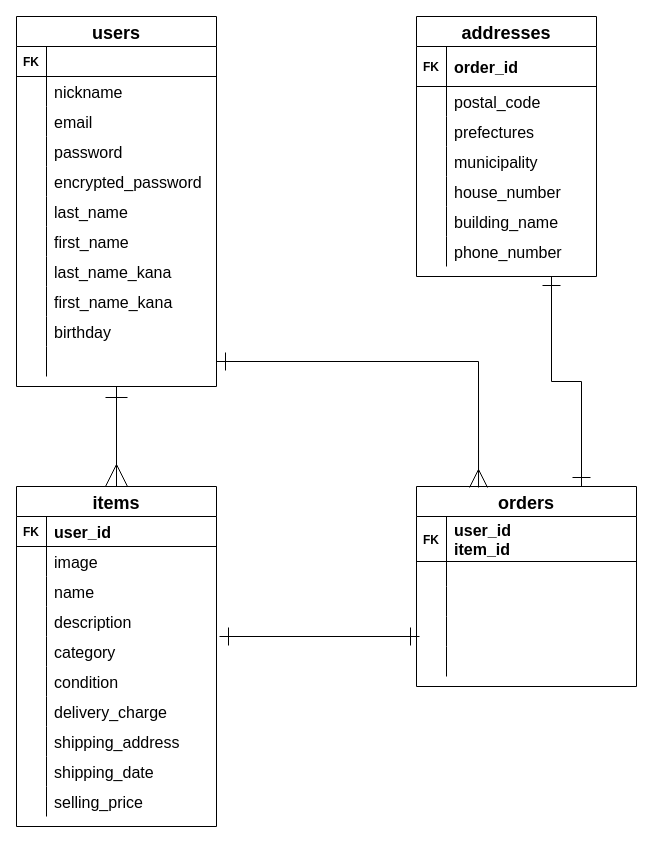
The draw.io diagram ER.dio in yuya-kajiwara0315/furima-34738, before the edit. Source tidied: cells renumbered, new cells numbered last; positions are measured from the earlier drawing's top-left corner, leaving out a move shared by most shapes. Both pictures are drawn from the tidied source at 100%, with x=0, y=0 at pixel (16, 16).
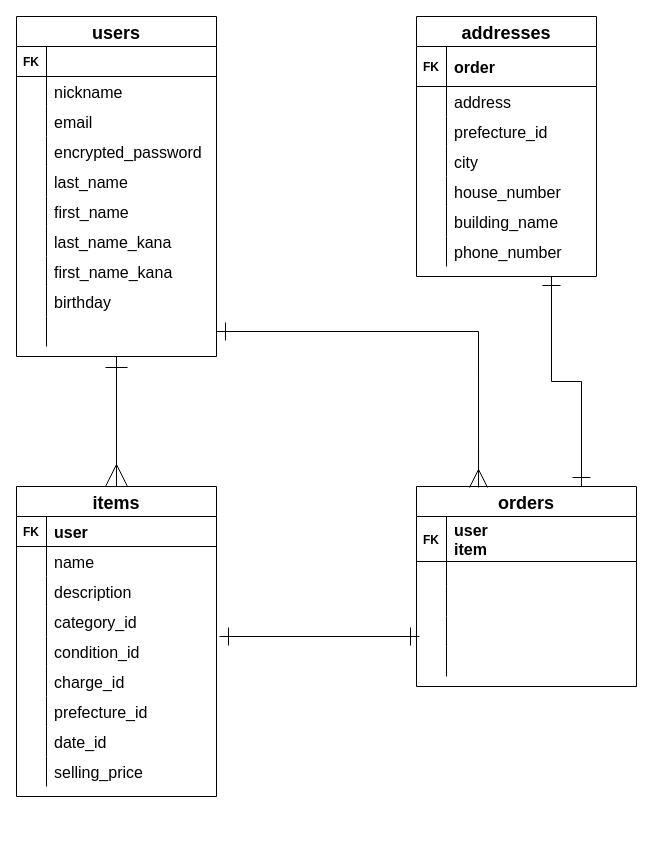
The same page after the edit.

Commit message (it also covers changes not shown here):
外部キーの型をreferencesに変更。

Unchanged cells that the change refers to:
```xml
<mxCell id="38" style="shape=partialRectangle;fillColor=none;top=0;left=0;bottom=1;right=0;fontSize=13;" parent="37" vertex="1">
  <mxGeometry y="30" width="200" height="30" as="geometry" />
</mxCell>
<mxCell id="69" style="shape=partialRectangle;fillColor=none;top=0;left=0;bottom=1;right=0;" parent="68" vertex="1">
  <mxGeometry y="30" width="220" height="45" as="geometry" />
</mxCell>
<mxCell id="86" style="shape=partialRectangle;fillColor=none;top=0;left=0;bottom=1;right=0;" parent="85" vertex="1">
  <mxGeometry y="30" width="180" height="40" as="geometry" />
</mxCell>
<mxCell id="89" style="shape=partialRectangle;fillColor=none;top=0;left=0;bottom=0;right=0;fontSize=16;" parent="85" vertex="1">
  <mxGeometry y="70" width="180" height="30" as="geometry" />
</mxCell>
<mxCell id="92" style="shape=partialRectangle;fillColor=none;top=0;left=0;bottom=0;right=0;" parent="85" vertex="1">
  <mxGeometry y="100" width="180" height="30" as="geometry" />
</mxCell>
<mxCell id="95" style="shape=partialRectangle;fillColor=none;top=0;left=0;bottom=0;right=0;" parent="85" vertex="1">
  <mxGeometry y="130" width="180" height="30" as="geometry" />
</mxCell>
```

Diff of the diagram source:
```diff
@@
     <mxCell id="3" value="users" style="shape=table;startSize=30;childLayout=tableLayout;rowLines=0;fontStyle=1;align=center;fontSize=18;" parent="1" vertex="1">
-      <mxGeometry width="200" height="370" as="geometry" />
+      <mxGeometry width="200" height="340" as="geometry" />
     </mxCell>
@@
-    <mxCell id="13" style="shape=partialRectangle;fillColor=none;top=0;left=0;bottom=0;right=0;" parent="3" vertex="1">
-      <mxGeometry y="120" width="200" height="30" as="geometry" />
-    </mxCell>
-    <mxCell id="14" style="shape=partialRectangle;fillColor=none;top=0;left=0;bottom=0;right=0;overflow=hidden;" parent="13" vertex="1">
-      <mxGeometry width="30" height="30" as="geometry" />
-    </mxCell>
-    <mxCell id="15" value="password" style="shape=partialRectangle;fillColor=none;top=0;left=0;bottom=0;right=0;align=left;spacingLeft=6;overflow=hidden;fontSize=16;" parent="13" vertex="1">
-      <mxGeometry x="30" width="170" height="30" as="geometry" />
-    </mxCell>
     <mxCell id="16" style="shape=partialRectangle;fillColor=none;top=0;left=0;bottom=0;right=0;" parent="3" vertex="1">
-      <mxGeometry y="150" width="200" height="30" as="geometry" />
+      <mxGeometry y="120" width="200" height="30" as="geometry" />
     </mxCell>
@@
     <mxCell id="19" style="shape=partialRectangle;fillColor=none;top=0;left=0;bottom=0;right=0;" parent="3" vertex="1">
-      <mxGeometry y="180" width="200" height="30" as="geometry" />
+      <mxGeometry y="150" width="200" height="30" as="geometry" />
     </mxCell>
@@
     <mxCell id="22" style="shape=partialRectangle;fillColor=none;top=0;left=0;bottom=0;right=0;" parent="3" vertex="1">
-      <mxGeometry y="210" width="200" height="30" as="geometry" />
+      <mxGeometry y="180" width="200" height="30" as="geometry" />
     </mxCell>
@@
     <mxCell id="25" style="shape=partialRectangle;fillColor=none;top=0;left=0;bottom=0;right=0;" parent="3" vertex="1">
-      <mxGeometry y="240" width="200" height="30" as="geometry" />
+      <mxGeometry y="210" width="200" height="30" as="geometry" />
     </mxCell>
@@
     <mxCell id="28" style="shape=partialRectangle;fillColor=none;top=0;left=0;bottom=0;right=0;" parent="3" vertex="1">
-      <mxGeometry y="270" width="200" height="30" as="geometry" />
+      <mxGeometry y="240" width="200" height="30" as="geometry" />
     </mxCell>
@@
     <mxCell id="31" style="shape=partialRectangle;fillColor=none;top=0;left=0;bottom=0;right=0;" parent="3" vertex="1">
-      <mxGeometry y="300" width="200" height="30" as="geometry" />
+      <mxGeometry y="270" width="200" height="30" as="geometry" />
     </mxCell>
@@
     <mxCell id="34" style="shape=partialRectangle;fillColor=none;top=0;left=0;bottom=0;right=0;points=[[0,0.5],[1,0.5]];portConstraint=eastwest;" parent="3" vertex="1">
-      <mxGeometry y="330" width="200" height="30" as="geometry" />
+      <mxGeometry y="300" width="200" height="30" as="geometry" />
     </mxCell>
@@
     <mxCell id="37" value="items" style="shape=table;startSize=30;childLayout=tableLayout;rowLines=0;fontStyle=1;align=center;fontSize=18;" parent="1" vertex="1">
-      <mxGeometry y="470" width="200" height="340" as="geometry" />
+      <mxGeometry y="470" width="200" height="310" as="geometry" />
     </mxCell>
@@
-    <mxCell id="40" value="user_id" style="shape=partialRectangle;fillColor=none;top=0;left=0;bottom=0;right=0;align=left;spacingLeft=6;fontStyle=1;overflow=hidden;fontSize=16;" parent="38" vertex="1">
+    <mxCell id="40" value="user" style="shape=partialRectangle;fillColor=none;top=0;left=0;bottom=0;right=0;align=left;spacingLeft=6;fontStyle=1;overflow=hidden;fontSize=16;" parent="38" vertex="1">
       <mxGeometry x="30" width="170" height="30" as="geometry" />
     </mxCell>
-    <mxCell id="41" style="shape=partialRectangle;fillColor=none;top=0;left=0;bottom=0;right=0;" parent="37" vertex="1">
-      <mxGeometry y="60" width="200" height="30" as="geometry" />
-    </mxCell>
-    <mxCell id="42" style="shape=partialRectangle;fillColor=none;top=0;left=0;bottom=0;right=0;overflow=hidden;" parent="41" vertex="1">
-      <mxGeometry width="30" height="30" as="geometry" />
-    </mxCell>
-    <mxCell id="43" value="image" style="shape=partialRectangle;fillColor=none;top=0;left=0;bottom=0;right=0;align=left;spacingLeft=6;overflow=hidden;fontSize=16;" parent="41" vertex="1">
-      <mxGeometry x="30" width="170" height="30" as="geometry" />
-    </mxCell>
     <mxCell id="44" style="shape=partialRectangle;fillColor=none;top=0;left=0;bottom=0;right=0;" parent="37" vertex="1">
-      <mxGeometry y="90" width="200" height="30" as="geometry" />
+      <mxGeometry y="60" width="200" height="30" as="geometry" />
     </mxCell>
@@
     <mxCell id="47" style="shape=partialRectangle;fillColor=none;top=0;left=0;bottom=0;right=0;" parent="37" vertex="1">
-      <mxGeometry y="120" width="200" height="30" as="geometry" />
+      <mxGeometry y="90" width="200" height="30" as="geometry" />
     </mxCell>
@@
     <mxCell id="50" style="shape=partialRectangle;fillColor=none;top=0;left=0;bottom=0;right=0;" parent="37" vertex="1">
-      <mxGeometry y="150" width="200" height="30" as="geometry" />
+      <mxGeometry y="120" width="200" height="30" as="geometry" />
     </mxCell>
@@
-    <mxCell id="52" value="category" style="shape=partialRectangle;fillColor=none;top=0;left=0;bottom=0;right=0;align=left;spacingLeft=6;overflow=hidden;fontSize=16;" parent="50" vertex="1">
+    <mxCell id="52" value="category_id" style="shape=partialRectangle;fillColor=none;top=0;left=0;bottom=0;right=0;align=left;spacingLeft=6;overflow=hidden;fontSize=16;" parent="50" vertex="1">
       <mxGeometry x="30" width="170" height="30" as="geometry" />
     </mxCell>
     <mxCell id="53" style="shape=partialRectangle;fillColor=none;top=0;left=0;bottom=0;right=0;" parent="37" vertex="1">
-      <mxGeometry y="180" width="200" height="30" as="geometry" />
+      <mxGeometry y="150" width="200" height="30" as="geometry" />
     </mxCell>
@@
-    <mxCell id="55" value="condition" style="shape=partialRectangle;fillColor=none;top=0;left=0;bottom=0;right=0;align=left;spacingLeft=6;overflow=hidden;fontSize=16;" parent="53" vertex="1">
+    <mxCell id="55" value="condition_id" style="shape=partialRectangle;fillColor=none;top=0;left=0;bottom=0;right=0;align=left;spacingLeft=6;overflow=hidden;fontSize=16;" parent="53" vertex="1">
       <mxGeometry x="30" width="170" height="30" as="geometry" />
     </mxCell>
     <mxCell id="56" style="shape=partialRectangle;fillColor=none;top=0;left=0;bottom=0;right=0;" parent="37" vertex="1">
-      <mxGeometry y="210" width="200" height="30" as="geometry" />
+      <mxGeometry y="180" width="200" height="30" as="geometry" />
     </mxCell>
@@
-    <mxCell id="58" value="delivery_charge" style="shape=partialRectangle;fillColor=none;top=0;left=0;bottom=0;right=0;align=left;spacingLeft=6;overflow=hidden;fontSize=16;" parent="56" vertex="1">
+    <mxCell id="58" value="charge_id" style="shape=partialRectangle;fillColor=none;top=0;left=0;bottom=0;right=0;align=left;spacingLeft=6;overflow=hidden;fontSize=16;" parent="56" vertex="1">
       <mxGeometry x="30" width="170" height="30" as="geometry" />
     </mxCell>
     <mxCell id="59" style="shape=partialRectangle;fillColor=none;top=0;left=0;bottom=0;right=0;" parent="37" vertex="1">
-      <mxGeometry y="240" width="200" height="30" as="geometry" />
+      <mxGeometry y="210" width="200" height="30" as="geometry" />
     </mxCell>
@@
-    <mxCell id="61" value="shipping_address" style="shape=partialRectangle;fillColor=none;top=0;left=0;bottom=0;right=0;align=left;spacingLeft=6;overflow=hidden;fontSize=16;" parent="59" vertex="1">
+    <mxCell id="61" value="prefecture_id" style="shape=partialRectangle;fillColor=none;top=0;left=0;bottom=0;right=0;align=left;spacingLeft=6;overflow=hidden;fontSize=16;" parent="59" vertex="1">
       <mxGeometry x="30" width="170" height="30" as="geometry" />
     </mxCell>
     <mxCell id="62" style="shape=partialRectangle;fillColor=none;top=0;left=0;bottom=0;right=0;" parent="37" vertex="1">
-      <mxGeometry y="270" width="200" height="30" as="geometry" />
+      <mxGeometry y="240" width="200" height="30" as="geometry" />
     </mxCell>
@@
-    <mxCell id="64" value="shipping_date" style="shape=partialRectangle;fillColor=none;top=0;left=0;bottom=0;right=0;align=left;spacingLeft=6;overflow=hidden;fontSize=16;" parent="62" vertex="1">
+    <mxCell id="64" value="date_id" style="shape=partialRectangle;fillColor=none;top=0;left=0;bottom=0;right=0;align=left;spacingLeft=6;overflow=hidden;fontSize=16;" parent="62" vertex="1">
       <mxGeometry x="30" width="170" height="30" as="geometry" />
     </mxCell>
     <mxCell id="65" style="shape=partialRectangle;fillColor=none;top=0;left=0;bottom=0;right=0;" parent="37" vertex="1">
-      <mxGeometry y="300" width="200" height="30" as="geometry" />
+      <mxGeometry y="270" width="200" height="30" as="geometry" />
     </mxCell>
@@
-    <mxCell id="71" value="user_id&#10;item_id" style="shape=partialRectangle;fillColor=none;top=0;left=0;bottom=0;right=0;align=left;spacingLeft=6;fontStyle=1;overflow=hidden;fontSize=16;" parent="69" vertex="1">
+    <mxCell id="71" value="user&#10;item" style="shape=partialRectangle;fillColor=none;top=0;left=0;bottom=0;right=0;align=left;spacingLeft=6;fontStyle=1;overflow=hidden;fontSize=16;" parent="69" vertex="1">
       <mxGeometry x="30" width="190" height="45" as="geometry" />
     </mxCell>
@@
-    <mxCell id="88" value="order_id" style="shape=partialRectangle;fillColor=none;top=0;left=0;bottom=0;right=0;align=left;spacingLeft=6;fontStyle=1;overflow=hidden;fontSize=16;" parent="86" vertex="1">
+    <mxCell id="88" value="order" style="shape=partialRectangle;fillColor=none;top=0;left=0;bottom=0;right=0;align=left;spacingLeft=6;fontStyle=1;overflow=hidden;fontSize=16;" parent="86" vertex="1">
       <mxGeometry x="30" width="150" height="40" as="geometry" />
     </mxCell>
@@
-    <mxCell id="91" value="postal_code" style="shape=partialRectangle;fillColor=none;top=0;left=0;bottom=0;right=0;align=left;spacingLeft=6;overflow=hidden;fontSize=16;" parent="89" vertex="1">
+    <mxCell id="91" value="address" style="shape=partialRectangle;fillColor=none;top=0;left=0;bottom=0;right=0;align=left;spacingLeft=6;overflow=hidden;fontSize=16;" parent="89" vertex="1">
       <mxGeometry x="30" width="150" height="30" as="geometry" />
     </mxCell>
@@
-    <mxCell id="94" value="prefectures" style="shape=partialRectangle;fillColor=none;top=0;left=0;bottom=0;right=0;align=left;spacingLeft=6;overflow=hidden;fontSize=16;" parent="92" vertex="1">
+    <mxCell id="94" value="prefecture_id" style="shape=partialRectangle;fillColor=none;top=0;left=0;bottom=0;right=0;align=left;spacingLeft=6;overflow=hidden;fontSize=16;" parent="92" vertex="1">
       <mxGeometry x="30" width="150" height="30" as="geometry" />
     </mxCell>
@@
-    <mxCell id="97" value="municipality" style="shape=partialRectangle;fillColor=none;top=0;left=0;bottom=0;right=0;align=left;spacingLeft=6;overflow=hidden;fontSize=16;" parent="95" vertex="1">
+    <mxCell id="97" value="city" style="shape=partialRectangle;fillColor=none;top=0;left=0;bottom=0;right=0;align=left;spacingLeft=6;overflow=hidden;fontSize=16;" parent="95" vertex="1">
       <mxGeometry x="30" width="150" height="30" as="geometry" />
     </mxCell>
```
